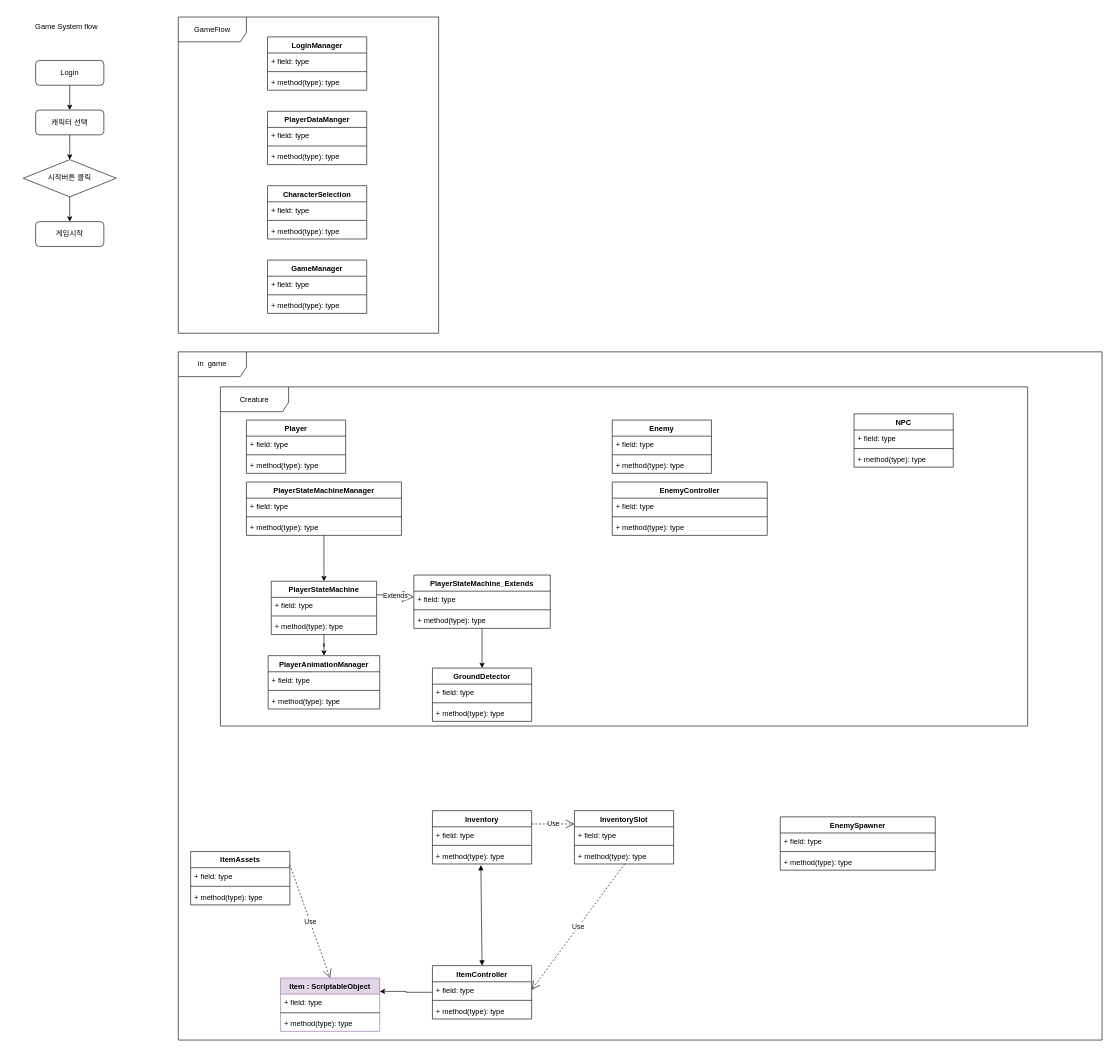
Before: RPGConcept.drawio in luke-youngmin-cho/UnityLessonBasic_1st, a draw.io diagram. Source tidied: cells renumbered, new cells numbered last; positions are measured from the earlier drawing's top-left corner, leaving out a move shared by most shapes. Both pictures are drawn from the tidied source at 62%, with x=0, y=0 at pixel (11, 11).
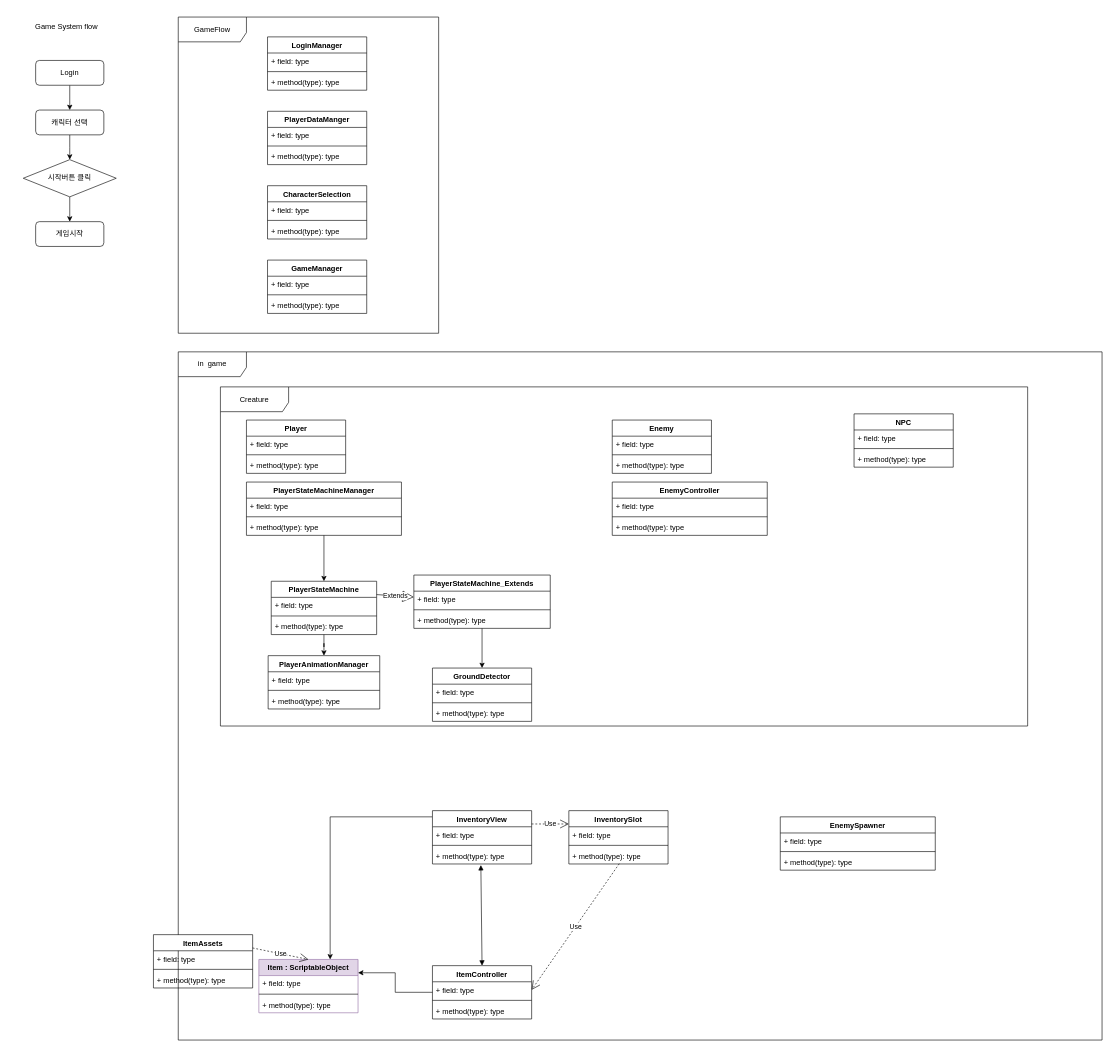
The same page after the edit.

The edit, as a diff of the source:
```diff
@@
     <mxCell id="69" value="Item : ScriptableObject" style="swimlane;fontStyle=1;align=center;verticalAlign=top;horizontal=1;startSize=26;fillColor=#e1d5e7;strokeColor=#9673a6;" parent="1" vertex="1">
-      <mxGeometry x="435" y="1560" width="160" height="86" as="geometry" />
+      <mxGeometry x="400" y="1530" width="160" height="86" as="geometry" />
     </mxCell>
@@
+    <mxCell id="98" style="edgeStyle=orthogonalEdgeStyle;rounded=0;jettySize=auto;html=1;" parent="1" edge="1" source="73" target="69">
+      <mxGeometry relative="1" as="geometry">
+        <Array as="points">
+          <mxPoint x="515" y="1300" />
+        </Array>
+      </mxGeometry>
+    </mxCell>
-    <mxCell id="73" value="Inventory" style="swimlane;fontStyle=1;align=center;verticalAlign=top;horizontal=1;startSize=26;" parent="1" vertex="1">
+    <mxCell id="73" value="InventoryView" style="swimlane;fontStyle=1;align=center;verticalAlign=top;horizontal=1;startSize=26;" parent="1" vertex="1">
       <mxGeometry x="680" y="1290" width="160" height="86" as="geometry" />
     </mxCell>
@@
     <mxCell id="83" value="InventorySlot" style="swimlane;fontStyle=1;align=center;verticalAlign=top;horizontal=1;startSize=26;" parent="1" vertex="1">
-      <mxGeometry x="909" y="1290" width="160" height="86" as="geometry" />
+      <mxGeometry x="900" y="1290" width="160" height="86" as="geometry" />
     </mxCell>
@@
     <mxCell id="93" value="ItemAssets" style="swimlane;fontStyle=1;align=center;verticalAlign=top;horizontal=1;startSize=26;" parent="1" vertex="1">
-      <mxGeometry x="290" y="1356" width="160" height="86" as="geometry" />
+      <mxGeometry x="230" y="1490" width="160" height="86" as="geometry" />
     </mxCell>
```
